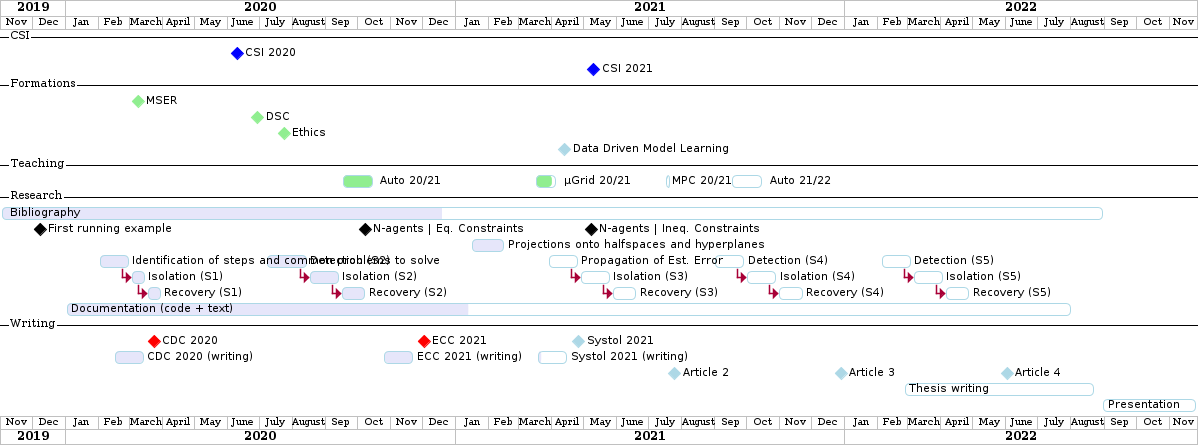
This is brain/img/ganttThese.png from Accacio/hippokamp, a PlantUML export, as it was before one commit.
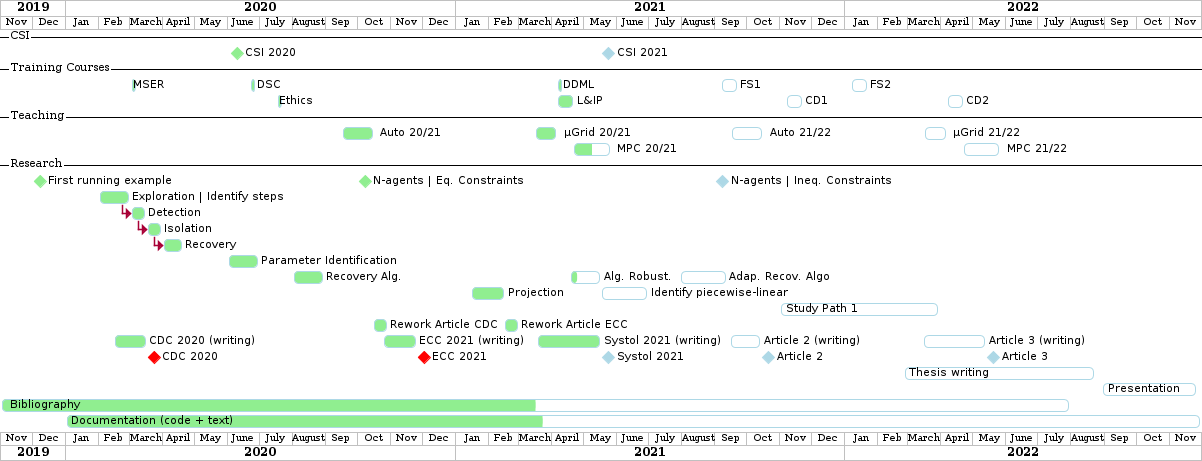
The same file after the commit.

The edit, as a diff of the source:
```diff
@@ -3,10 +3,12 @@
 <style>
 ganttDiagram {
     task {
-        BackGroundColor Lavender
+        BackGroundColor lightgreen
         LineColor LightBlue
     }
     milestone {
+        BackGroundColor lightblue
+        LineColor lightblue
     }
 }
 </style>
@@ -14,145 +16,152 @@
 today is 30 days after start and is colored in #AAF
 -- CSI --
 [CSI 2020] happens at 2020-06-03
-[CSI 2021] happens at 2021-05-03
+[CSI 2021] happens at 2021-05-17
 
-[CSI 2020] is colored in blue
-[CSI 2021] is colored in blue
+[CSI 2020] is colored in lightgreen
 
--- Formations --
-[MSER] as [F1] happens at 2020-03-02
-[DSC] as [F2] happens at 2020-06-22
-[Ethics] as [F3] happens at 2020-07-17
-[Data Driven Model Learning] as [F4] happens at 2021-04-06
-[F1] is colored in lightgreen
-[F2] is colored in lightgreen
-[F3] is colored in lightgreen
-[F4] is colored in lightblue
+[CSI 2021] displays on same row as [CSI 2020]
+
+-- Training Courses --
+[MSER] as [F1] starts at 2020-03-02
+[DSC] as [F2] starts at 2020-06-22 and ends 2020-06-26
+[Ethics] as [F3] starts at 2020-07-17
+[DDML] as [F4] starts at 2021-04-06 and ends 2021-04-09
+[L&IP] as [F5] starts at 2021-04-06 and ends 2021-04-22
+
+[FS1] starts at 2021-09-06 and ends 2021-09-22
+[FS2] starts at 2022-01-06 and ends 2022-01-22
+
+[FS1] is 0% completed
+[FS2] is 0% completed
+
+[CD1] starts at 2021-11-06 and ends 2021-11-22
+[CD2] starts at 2022-04-06 and ends 2022-04-22
+
+[CD1] is 0% completed
+[CD2] is 0% completed
+
+[F1] is 100% completed
+[F2] is 100% completed
+[F3] is 100% completed
+[F4] is 100% completed
+[F5] is 100% completed
+
+[F2] displays on same row as [F1]
+[F4] displays on same row as [F1]
+[F5] displays on same row as [F3]
+
+[FS1] displays on same row as [F1]
+[FS2] displays on same row as [FS1]
+[CD1] displays on same row as [F3]
+[CD2] displays on same row as [CD1]
 
 -- Teaching --
 [ Auto 20/21 ] as [V1] starts 2020-09-16 and ends 2020-10-16
 [ µGrid 20/21] as [V2] starts 2021-03-16 and ends 2021-4-06
+[ MPC 20/21] as [V3] starts 2021-04-21 and ends 2021-5-26
 
-[ MPC 20/21] as [V3] starts 2021-07-16 and ends 2021-7-16
 [ Auto 21/22] as [V4] starts 2021-09-16 and ends 2021-10-16
+[ µGrid 21/22] as [V5] starts 2022-03-16 and ends 2022-4-06
+[ MPC 21/22] as [V6] starts 2022-04-21 and ends 2022-5-26
 
-[V1] is colored in LightGreen/LightBlue
-[V2] is 80% completed
-[V3] is 0% completed
+[V2] is 100% completed
+[V3] is 50% completed
 [V4] is 0% completed
+[V5] is 0% completed
+[V6] is 0% completed
 
-[V2] is colored in LightGreen/LightBlue
-[V3] is colored in LightGreen/LightBlue
-[V4] is colored in LightGreen/LightBlue
 
 [V2] displays on same row as [V1]
-[V3] displays on same row as [V2]
-[V4] displays on same row as [V3]
+[V4] displays on same row as [V1]
+[V5] displays on same row as [V2]
+[V6] displays on same row as [V3]
 
 -- Research --
-[ Bibliography ] as [B1] starts at 2019-11-01 and ends 2022-08-31
-
-[B1] is 40% completed
-[B1] links to [[https://gitlab.com/Accacio/docsthese/raw/master/bibliography.bib]]
 
 [First running example] as [Ex1] happens at 2019-12-01
+[Ex1] is colored in lightgreen
 [N-agents | Eq. Constraints] as [Ex2] happens at 2020-10-01
+[Ex2] is colored in lightgreen
 [Ex2] displays on same row as [Ex1]
 
-[N-agents | Ineq. Constraints] as [Ex3] happens at 2021-05-01
+[N-agents | Ineq. Constraints] as [Ex3] happens at 2021-09-01
 [Ex3] displays on same row as [Ex2]
 
-[Projections onto halfspaces and hyperplanes] starts at 2021-01-15 and ends at 2021-02-16
-[Identification of steps and common problems to solve ] as [D1] starts at 2020-02-01 and lasts 30 days
-[Isolation (S1)] as [I1] starts after [D1]'s end and lasts 15 days
-[Recovery (S1)] as [R1] starts after [I1]'s end and lasts 15 days
+
+[Exploration | Identify steps] as [T1] starts at 2020-02-01 and lasts 30 days
+[Detection] as [T11] starts after [T1]'s end and lasts 15 days
+[Isolation] as [T12] starts after [T11]'s end and lasts 15 days
+[Recovery] as [T13] starts after [T12]'s end and lasts 20 days
+
+[Parameter Identification] as [SE] starts 2020-06-01 and lasts 30 days
+[Recovery Alg.] as [SR] starts 2020-08-01 and lasts 30 days
+
+[Projection] starts at 2021-01-15 and ends at 2021-02-16
 
 
-[Detection (S2)] as [D2] starts at 2020-07-07 and lasts 40 days
-[Isolation (S2)] as [I2] starts after [D2]'s end and lasts 30 days
-[Recovery (S2)] as [R2] starts after [I2]'s end and lasts 25 days
+[Identify piecewise-linear] as [SHYB] starts 2021-05-17 and lasts 45 days
+[SHYB] is 0% completed
+[SHYB] displays on same row as [Projection]
 
-[Propagation of Est. Error ] as [D3] starts 32 weeks after [D2]'s end with white bold link and lasts 30 days
-[Isolation (S3)] as [I3] starts after [D3]'s end and lasts 30 days
-[Recovery (S3)] as [R3] starts after [I3]'s end and lasts 25 days
+[Alg. Robust.] as [S1] starts 2021-04-18 and lasts 30 days
+[S1]  displays on same row as [SR]
+[S1] is 20% completed
+
+[Adap. Recov. Algo] as [ARA] starts 2021-07-30 and lasts 45 days
+[ARA] is 0% completed
+[ARA] displays on same row as [S1]
+
+[Study Path 1] as [SP1] starts 2021-11-01 and lasts 150 days
+[SP1] is 0% completed
+
+[Rework Article CDC] starts at 2020-10-15 and lasts 15 days
+[Rework Article ECC] starts at 2021-02-15 and lasts 15 days
+[Rework Article ECC] displays on same row as [Rework Article CDC]
+
+[CDC 2020 (writing)] as [CDC20W] starts at 2020-02-15 and ends 2020-03-17
+[CDC 2020] as [CDC20] happens at [CDC20W]'s end
+
+[ECC 2021 (writing)] as [ECC21W] starts at 2020-10-25 and ends 2020-11-25
+[ECC 2021] as [ECC21] happens at [ECC21W]'s end
+
+[Systol 2021 (writing)] as [A1W] starts at 2021-03-18 and ends 2021-05-17
+[Systol 2021] as [A1] happens at [A1W]'s end
+[A1W] is 100% completed
 
 
-[D3] is 0% completed
-[I3] is 0% completed
-[R3] is 0% completed
+[Article 2 (writing)] as [A2W] starts at 2021-09-15 and lasts 30 days
+[Article 2] as [A2] happens at [A2W]'s end
+[A2W] is 0% completed
 
-[Detection (S4)] as [D4] starts 18 weeks after [D3]'s end with white bold link and lasts 30 days
-[Isolation (S4)] as [I4] starts after [D4]'s end and lasts 30 days
-[Recovery (S4)] as [R4] starts after [I4]'s end and lasts 25 days
+[Article 3 (writing)] as [A3W] starts at 2022-03-15 and lasts 60 days
+[Article 3] as [A3] happens at [A3W]'s end
+[A3W] is 0% completed
 
-[D4] is 0% completed
-[I4] is 0% completed
-[R4] is 0% completed
+[A2] displays on same row as [A1]
+[A3] displays on same row as [A2]
 
-[Detection (S5)] as [D5] starts 18 weeks after [D4]'s end with white bold link and lasts 30 days
-[Isolation (S5)] as [I5] starts after [D5]'s end and lasts 30 days
-[Recovery (S5)] as [R5] starts after [I5]'s end and lasts 25 days
-
-[D5] is colored in Lavender/LightBlue
-[I5] is colored in Lavender/LightBlue
-[R5] is colored in Lavender/LightBlue
-
-[D5] is 0% completed
-[I5] is 0% completed
-[R5] is 0% completed
-
-[D1] displays on same row as [D2]
-[I1] displays on same row as [I2]
-[R1] displays on same row as [R2]
-
-[D3] displays on same row as [D2]
-[I3] displays on same row as [I2]
-[R3] displays on same row as [R2]
-
-[D4] displays on same row as [D2]
-[I4] displays on same row as [I2]
-[R4] displays on same row as [R2]
-
-[D5] displays on same row as [D2]
-[I5] displays on same row as [I2]
-[R5] displays on same row as [R2]
-
-[Documentation (code + text)] as [Doc1] starts at 2020-01-01 and ends 2022-08-01
-[Doc1] is 40% completed
-
--- Writing --
-[CDC 2020] happens at 2020-03-17
-[CDC 2020 (writing)] as [A1] starts at 2020-02-15 and lasts 30 days
-
-[ECC 2021] happens at 2020-11-25
-[ECC 2021 (writing)] as [A2] starts at 2020-10-25 and lasts 30 days
-
-[Systol 2021] happens at 2021-04-19
-[Systol 2021 (writing)] as [A3] starts at 2021-03-18 and lasts 30 days
-
-
-[Article 2] as [A4] happens at 4 weeks after [R3]'s end
-[Article 3] as [A5] happens at 4 weeks after [R4]'s end
-[Article 4] as [A6] happens at 4 weeks after [R5]'s end
-[A4] is colored in lightblue
-[A5] is colored in lightblue
-[A6] is colored in lightblue
-
-[A5] displays on same row as [A4]
-[A6] displays on same row as [A5]
-
-[A3] is 10% completed
-[CDC 2020] is colored in red
+[CDC20] is colored in red
 [ECC 2021] is colored in red
 [Systol 2021] is colored in lightblue
 
-[A2] displays on same row as [A1]
-[A3] displays on same row as [A2]
+[ECC21W] displays on same row as [CDC20W]
+[A1W] displays on same row as [ECC21W]
 [ECC 2021] displays on same row as [CDC 2020]
 [Systol 2021] displays on same row as [ECC 2021]
+
+[A2W] displays on same row as [ECC21W]
+[A3W] displays on same row as [A2W]
 
 [Thesis writing] as [W1] starts at 2022-02-25 and lasts 180 days
 [Presentation] as [W2] starts at 2022-08-30 and lasts 90 days
 [W1] is 0% completed
 [W2] is 0% completed
+
+[ Bibliography ] as [B1] starts at 2019-11-01 and ends 2022-07-31
+[B1] is 50% completed
+[B1] links to [[https://gitlab.com/Accacio/docsthese/raw/master/bibliography.bib]]
+
+[Documentation (code + text)] as [Doc1] starts at 2020-01-01 and ends 2022-11-30
+[Doc1] is 42% completed
 @enduml
```
